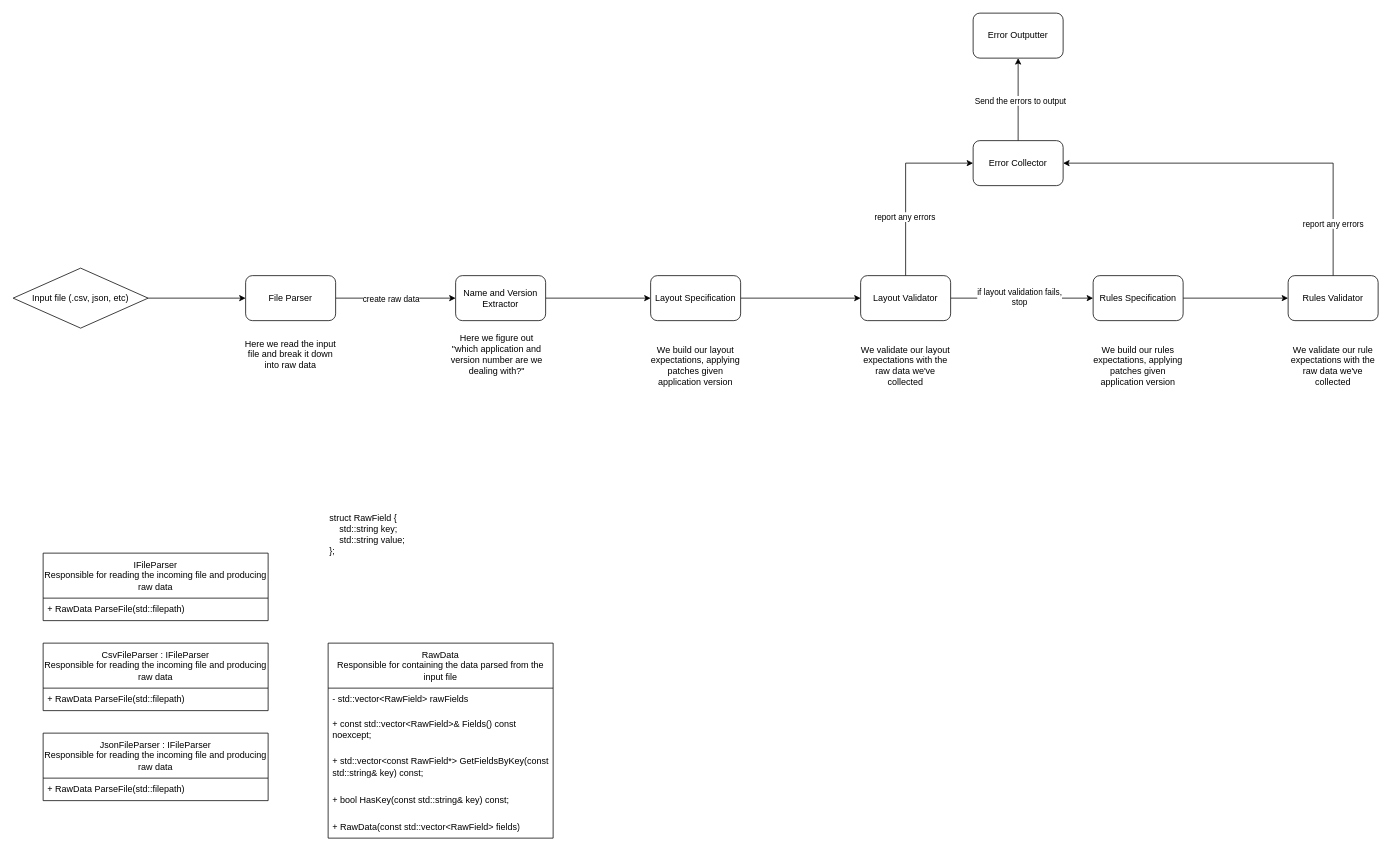
Earlier version of the draw.io diagram page "Application diagram" (1 of 2) of application-diagram.drawio (Jacques-Philippe/datalint). Source tidied: cells renumbered, new cells numbered last; positions are measured from the earlier drawing's top-left corner, leaving out a move shared by most shapes. Both pictures are drawn from the tidied source at 75%, with x=0, y=0 at pixel (13, 13).
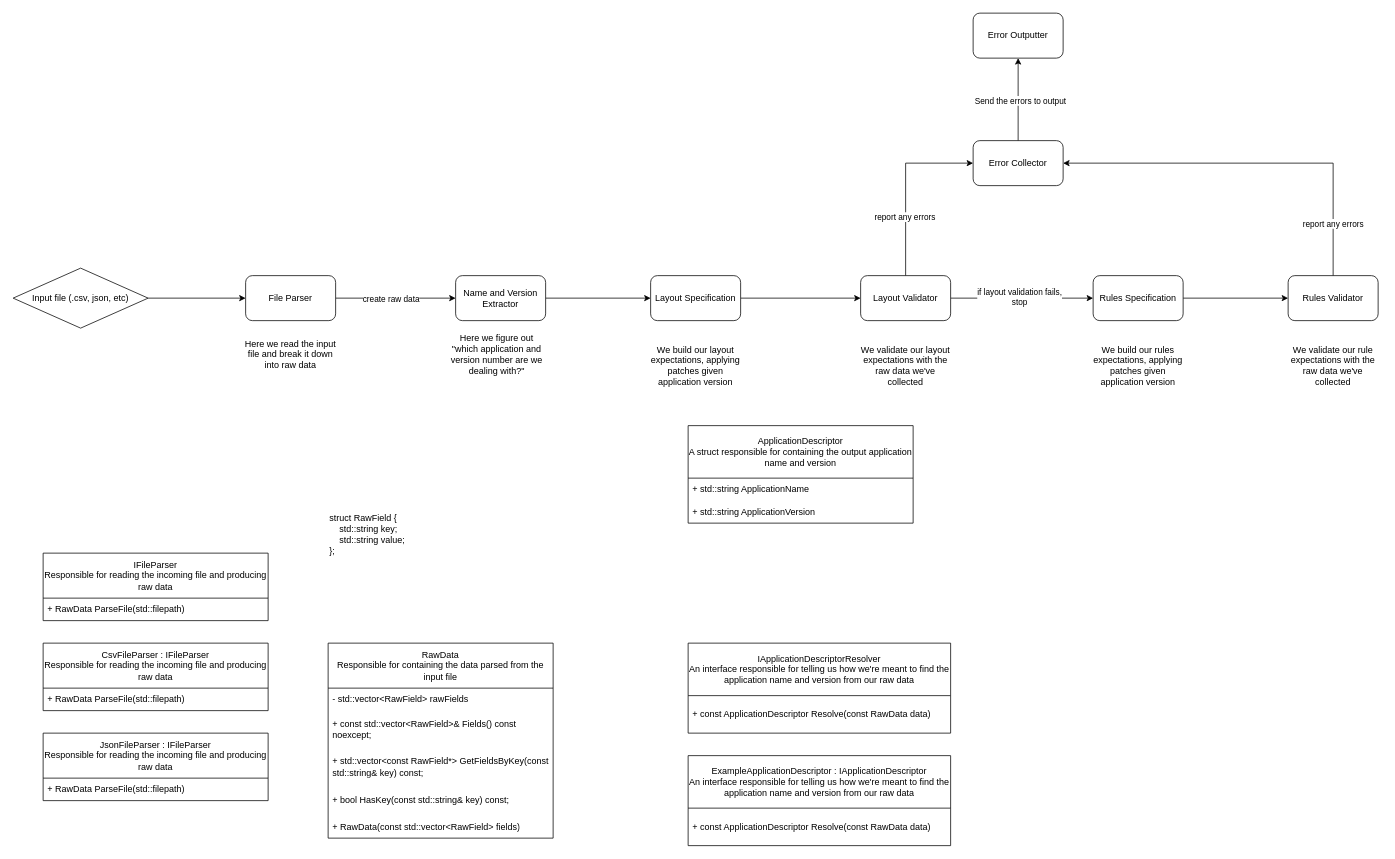
After the change.

What changed in the source:
```diff
@@
+    <mxCell id="44" value="IApplicationDescriptorResolver&lt;div&gt;An interface responsible for telling us how we're meant to find the application name and version from our raw data&lt;/div&gt;" style="swimlane;fontStyle=0;horizontal=1;startSize=70;whiteSpace=wrap;html=1;" parent="1" vertex="1">
+      <mxGeometry x="900" y="840" width="350" height="120" as="geometry" />
+    </mxCell>
+    <mxCell id="45" value="+ const ApplicationDescriptor Resolve(const RawData data)" style="text;strokeColor=none;fillColor=none;align=left;verticalAlign=middle;spacingLeft=4;spacingRight=4;overflow=hidden;whiteSpace=wrap;html=1;" parent="44" vertex="1">
+      <mxGeometry y="70" width="350" height="50" as="geometry" />
+    </mxCell>
+    <mxCell id="46" value="ApplicationDescriptor&lt;div&gt;A struct responsible for containing the output application name and version&lt;/div&gt;" style="swimlane;fontStyle=0;horizontal=1;startSize=70;whiteSpace=wrap;html=1;" parent="1" vertex="1">
+      <mxGeometry x="900" y="550" width="300" height="130" as="geometry" />
+    </mxCell>
+    <mxCell id="47" value="+ std::string ApplicationName" style="text;strokeColor=none;fillColor=none;align=left;verticalAlign=middle;spacingLeft=4;spacingRight=4;overflow=hidden;whiteSpace=wrap;html=1;" parent="46" vertex="1">
+      <mxGeometry y="70" width="300" height="30" as="geometry" />
+    </mxCell>
+    <mxCell id="48" value="+ std::string ApplicationVersion" style="text;strokeColor=none;fillColor=none;align=left;verticalAlign=middle;spacingLeft=4;spacingRight=4;overflow=hidden;whiteSpace=wrap;html=1;" parent="46" vertex="1">
+      <mxGeometry y="100" width="300" height="30" as="geometry" />
+    </mxCell>
+    <mxCell id="49" value="ExampleApplicationDescriptor : IApplicationDescriptor&lt;div&gt;An interface responsible for telling us how we're meant to find the application name and version from our raw data&lt;/div&gt;" style="swimlane;fontStyle=0;horizontal=1;startSize=70;whiteSpace=wrap;html=1;" parent="1" vertex="1">
+      <mxGeometry x="900" y="990" width="350" height="120" as="geometry" />
+    </mxCell>
+    <mxCell id="50" value="+ const ApplicationDescriptor Resolve(const RawData data)" style="text;strokeColor=none;fillColor=none;align=left;verticalAlign=middle;spacingLeft=4;spacingRight=4;overflow=hidden;whiteSpace=wrap;html=1;" parent="49" vertex="1">
+      <mxGeometry y="70" width="350" height="50" as="geometry" />
+    </mxCell>
```
